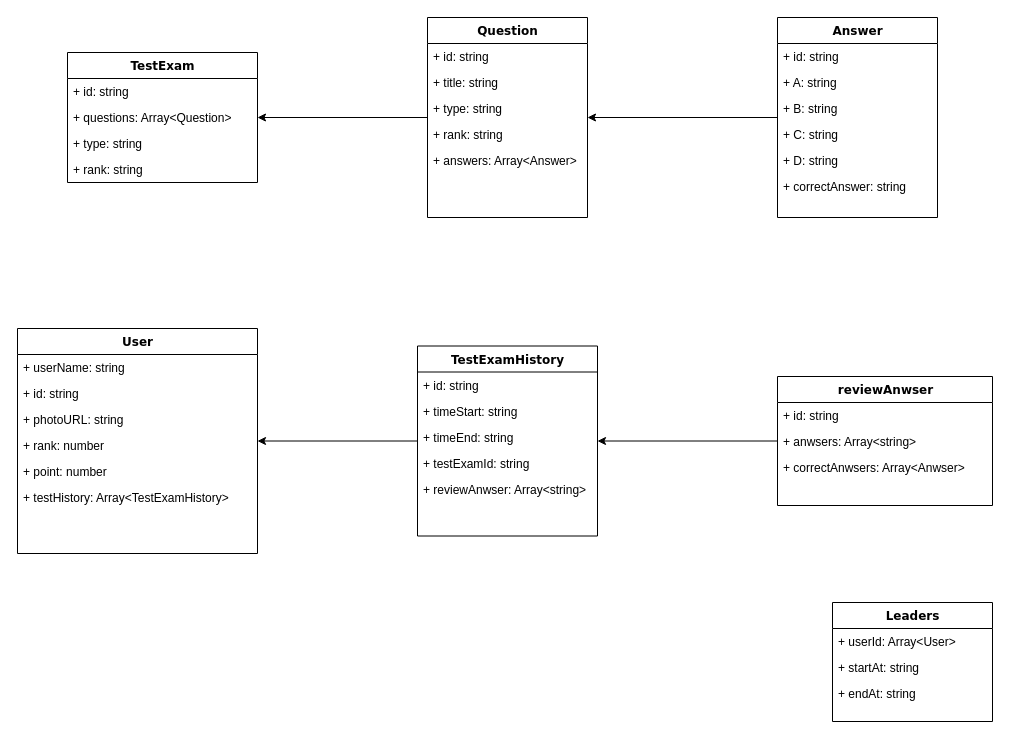
This is Prototype/Untitled Diagram.drawio from nguyenbinhanltv/EnQ-server, a draw.io file, before an edit. Source tidied: cells renumbered, new cells numbered last; positions are measured from the earlier drawing's top-left corner, leaving out a move shared by most shapes. Both pictures are drawn from the tidied source at 100%, with x=0, y=0 at pixel (17, 17).
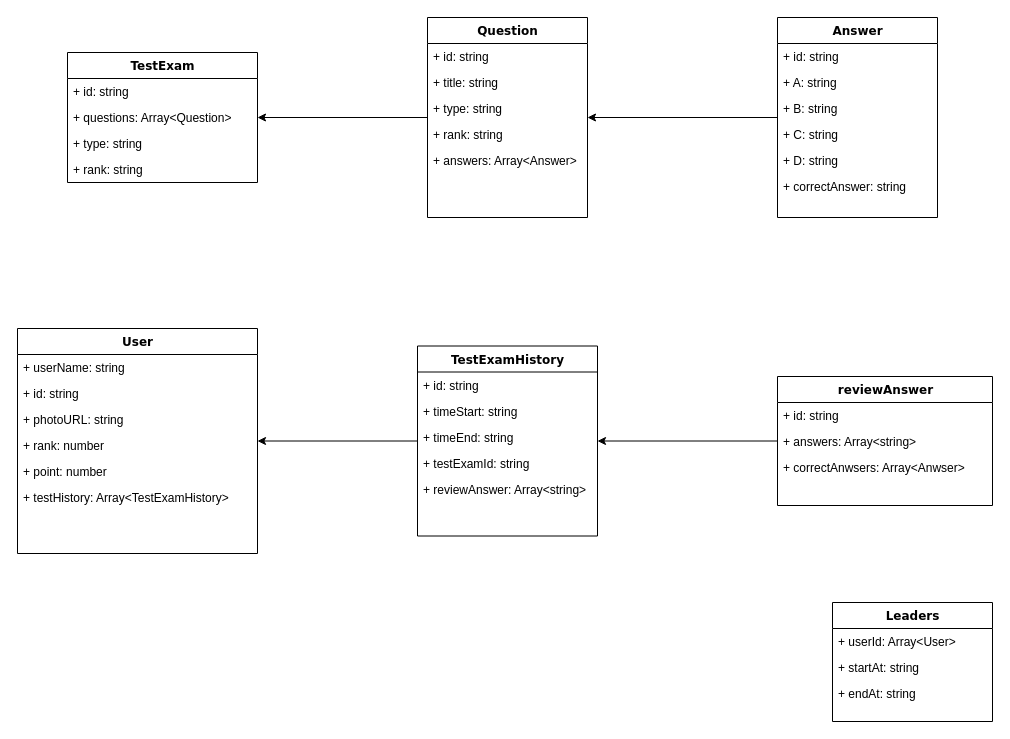
The same diagram, later.

Unchanged cells that the change refers to:
```xml
<mxCell id="30" value="TestExamHistory" style="swimlane;html=1;fontStyle=1;align=center;verticalAlign=top;horizontal=1;startSize=26;swimlaneFillColor=#ffffff;rounded=0;shadow=0;comic=0;labelBackgroundColor=none;strokeWidth=1;fillColor=none;fontFamily=Verdana;fontSize=12;" parent="1" vertex="1">
  <mxGeometry x="400" y="328.5" width="180" height="190" as="geometry" />
</mxCell>
```

The edit, as a diff of the source:
```diff
@@
-    <mxCell id="35" value="+ reviewAnwser: Array&amp;lt;string&amp;gt;" style="text;html=1;strokeColor=none;fillColor=none;align=left;verticalAlign=top;spacingLeft=4;spacingRight=4;whiteSpace=wrap;overflow=hidden;" parent="30" vertex="1">
+    <mxCell id="35" value="+ reviewAnswer: Array&amp;lt;string&amp;gt;" style="text;html=1;strokeColor=none;fillColor=none;align=left;verticalAlign=top;spacingLeft=4;spacingRight=4;whiteSpace=wrap;overflow=hidden;" parent="30" vertex="1">
       <mxGeometry y="130" width="180" height="26" as="geometry" />
     </mxCell>
@@
-    <mxCell id="37" value="reviewAnwser" style="swimlane;html=1;fontStyle=1;align=center;verticalAlign=top;horizontal=1;startSize=26;swimlaneFillColor=#ffffff;rounded=0;shadow=0;comic=0;labelBackgroundColor=none;strokeWidth=1;fillColor=none;fontFamily=Verdana;fontSize=12;" parent="1" vertex="1">
+    <mxCell id="37" value="reviewAnswer" style="swimlane;html=1;fontStyle=1;align=center;verticalAlign=top;horizontal=1;startSize=26;swimlaneFillColor=#ffffff;rounded=0;shadow=0;comic=0;labelBackgroundColor=none;strokeWidth=1;fillColor=none;fontFamily=Verdana;fontSize=12;" parent="1" vertex="1">
       <mxGeometry x="760" y="359" width="215" height="129" as="geometry" />
     </mxCell>
@@
-    <mxCell id="39" value="+ anwsers: Array&amp;lt;string&amp;gt;" style="text;html=1;strokeColor=none;fillColor=none;align=left;verticalAlign=top;spacingLeft=4;spacingRight=4;whiteSpace=wrap;overflow=hidden;" parent="37" vertex="1">
+    <mxCell id="39" value="+ answers: Array&amp;lt;string&amp;gt;" style="text;html=1;strokeColor=none;fillColor=none;align=left;verticalAlign=top;spacingLeft=4;spacingRight=4;whiteSpace=wrap;overflow=hidden;" parent="37" vertex="1">
       <mxGeometry y="52" width="215" height="26" as="geometry" />
     </mxCell>
```
